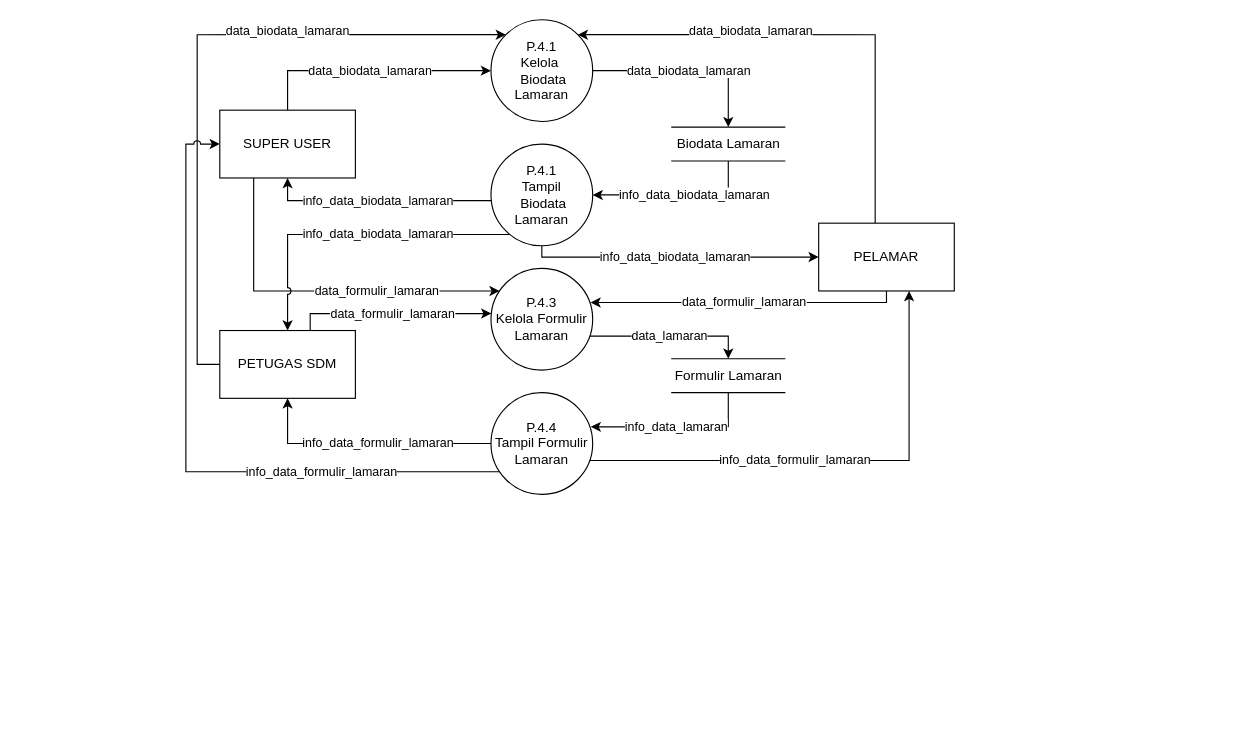
Above: page "DFD P.4" (6 of 7) of DFD v2.drawio in keys2505/tugas-akhir (draw.io), before the change. Source tidied: cells renumbered, new cells numbered last; positions are measured from the earlier drawing's top-left corner, leaving out a move shared by most shapes. Both pictures are drawn from the tidied source at 113%, with x=0, y=0 at pixel (185, 19).
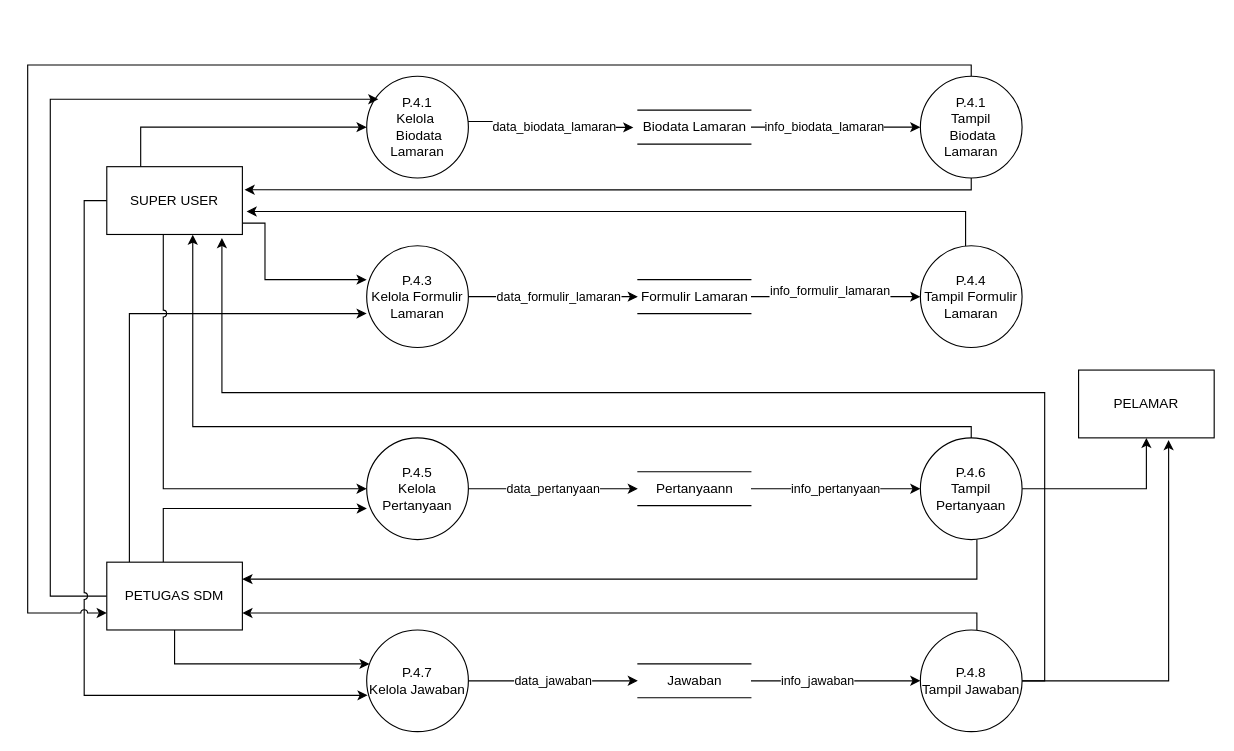
The same page after the edit.

Diff of the diagram source:
```diff
@@
-    <mxCell id="2" value="data_biodata_lamaran" style="edgeStyle=orthogonalEdgeStyle;rounded=0;jettySize=auto;html=1;entryX=0.5;entryY=0;entryDx=0;entryDy=0;" parent="1" edge="1" source="3" target="5">
-      <mxGeometry relative="1" as="geometry">
+    <mxCell id="2" value="data_biodata_lamaran" style="edgeStyle=orthogonalEdgeStyle;rounded=0;jettySize=auto;html=1;entryX=-0.04;entryY=0.508;entryDx=0;entryDy=0;entryPerimeter=0;" parent="1" edge="1" source="3" target="5">
+      <mxGeometry x="0.07" relative="1" as="geometry">
         <Array as="points">
-          <mxPoint x="480" y="45" />
+          <mxPoint x="320" y="90" />
+          <mxPoint x="320" y="95" />
         </Array>
       </mxGeometry>
     </mxCell>
     <mxCell id="3" value="&lt;div&gt;P.4.1&lt;/div&gt;&lt;div&gt;Kelola&amp;nbsp;&lt;/div&gt;&lt;div&gt;&amp;nbsp;Biodata Lamaran&lt;br&gt;&lt;/div&gt;" style="ellipse;whiteSpace=wrap;html=1;" parent="1" vertex="1">
-      <mxGeometry x="270" width="90" height="90" as="geometry" />
+      <mxGeometry x="160" y="50" width="90" height="90" as="geometry" />
     </mxCell>
-    <mxCell id="4" value="info_data_biodata_lamaran" style="edgeStyle=orthogonalEdgeStyle;rounded=0;jettySize=auto;html=1;entryX=1;entryY=0.5;entryDx=0;entryDy=0;" parent="1" edge="1" source="5" target="20">
-      <mxGeometry x="-0.2" relative="1" as="geometry">
-        <Array as="points">
-          <mxPoint x="480" y="155" />
-        </Array>
+    <mxCell id="4" value="info_biodata_lamaran" style="edgeStyle=orthogonalEdgeStyle;rounded=0;jettySize=auto;html=1;" parent="1" edge="1" source="5" target="20">
+      <mxGeometry x="-0.12" relative="1" as="geometry">
+        <mxPoint x="-1" as="offset" />
       </mxGeometry>
     </mxCell>
     <mxCell id="5" value="Biodata Lamaran" style="html=1;dashed=0;whitespace=wrap;shape=partialRectangle;right=0;left=0;" parent="1" vertex="1">
-      <mxGeometry x="430" y="95" width="100" height="30" as="geometry" />
+      <mxGeometry x="400" y="80" width="100" height="30" as="geometry" />
     </mxCell>
+    <mxCell id="7" style="edgeStyle=orthogonalEdgeStyle;rounded=0;jettySize=auto;html=1;entryX=0;entryY=0.667;entryDx=0;entryDy=0;jumpStyle=arc;entryPerimeter=0;" parent="1" edge="1" source="8" target="16">
+      <mxGeometry relative="1" as="geometry">
+        <Array as="points">
+          <mxPoint x="-50" y="260" />
+        </Array>
+      </mxGeometry>
+    </mxCell>
+    <mxCell id="27" style="edgeStyle=orthogonalEdgeStyle;rounded=0;jettySize=auto;html=1;" parent="1" edge="1" source="8" target="38">
+      <mxGeometry relative="1" as="geometry">
+        <Array as="points">
+          <mxPoint x="-10" y="570" />
+        </Array>
+      </mxGeometry>
+    </mxCell>
-    <mxCell id="6" value="data_biodata_lamaran" style="edgeStyle=orthogonalEdgeStyle;rounded=0;jettySize=auto;html=1;entryX=0;entryY=0;entryDx=0;entryDy=0;jumpStyle=none;" parent="1" edge="1" source="8" target="3">
-      <mxGeometry x="0.34" y="3" relative="1" as="geometry">
+    <mxCell id="6" style="edgeStyle=orthogonalEdgeStyle;rounded=0;jettySize=auto;html=1;entryX=0.115;entryY=0.226;entryDx=0;entryDy=0;entryPerimeter=0;jumpStyle=arc;" parent="1" edge="1" source="8" target="3">
+      <mxGeometry relative="1" as="geometry">
         <Array as="points">
-          <mxPoint x="10" y="305" />
-          <mxPoint x="10" y="13" />
+          <mxPoint x="-120" y="510" />
+          <mxPoint x="-120" y="70" />
         </Array>
       </mxGeometry>
     </mxCell>
-    <mxCell id="7" value="data_formulir_lamaran" style="edgeStyle=orthogonalEdgeStyle;rounded=0;jettySize=auto;html=1;" parent="1" edge="1" source="8" target="16">
-      <mxGeometry relative="1" as="geometry">
-        <Array as="points">
-          <mxPoint x="110" y="260" />
-        </Array>
-      </mxGeometry>
-    </mxCell>
+    <mxCell id="28" style="edgeStyle=orthogonalEdgeStyle;rounded=0;jettySize=auto;html=1;entryX=0.002;entryY=0.694;entryDx=0;entryDy=0;entryPerimeter=0;" parent="1" edge="1" source="8" target="36">
+      <mxGeometry relative="1" as="geometry">
+        <Array as="points">
+          <mxPoint x="-20" y="432" />
+        </Array>
+      </mxGeometry>
+    </mxCell>
     <mxCell id="8" value="PETUGAS SDM" style="rounded=0;whiteSpace=wrap;html=1;" parent="1" vertex="1">
-      <mxGeometry x="30" y="275" width="120" height="60" as="geometry" />
+      <mxGeometry x="-70" y="480" width="120" height="60" as="geometry" />
     </mxCell>
+    <mxCell id="10" style="edgeStyle=orthogonalEdgeStyle;rounded=0;jettySize=auto;html=1;entryX=0;entryY=0.333;entryDx=0;entryDy=0;entryPerimeter=0;" parent="1" edge="1" source="11" target="16">
+      <mxGeometry relative="1" as="geometry">
+        <Array as="points">
+          <mxPoint x="70" y="180" />
+          <mxPoint x="70" y="230" />
+        </Array>
+      </mxGeometry>
+    </mxCell>
+    <mxCell id="29" style="edgeStyle=orthogonalEdgeStyle;rounded=0;jettySize=auto;html=1;entryX=0;entryY=0.5;entryDx=0;entryDy=0;jumpStyle=arc;" parent="1" edge="1" source="11" target="36">
+      <mxGeometry relative="1" as="geometry">
+        <Array as="points">
+          <mxPoint x="-20" y="415" />
+        </Array>
+      </mxGeometry>
+    </mxCell>
-    <mxCell id="9" value="data_biodata_lamaran" style="edgeStyle=orthogonalEdgeStyle;rounded=0;jettySize=auto;html=1;" parent="1" edge="1" source="11" target="3">
+    <mxCell id="9" style="edgeStyle=orthogonalEdgeStyle;rounded=0;jettySize=auto;html=1;entryX=0;entryY=0.5;entryDx=0;entryDy=0;" parent="1" edge="1" source="11" target="3">
       <mxGeometry relative="1" as="geometry">
         <Array as="points">
-          <mxPoint x="90" y="45" />
+          <mxPoint x="-40" y="95" />
         </Array>
       </mxGeometry>
     </mxCell>
-    <mxCell id="10" value="data_formulir_lamaran" style="edgeStyle=orthogonalEdgeStyle;rounded=0;jettySize=auto;html=1;jumpStyle=none;" parent="1" edge="1" source="11" target="16">
-      <mxGeometry x="0.32" relative="1" as="geometry">
-        <Array as="points">
-          <mxPoint x="60" y="240" />
-        </Array>
-        <mxPoint x="-1" as="offset" />
-      </mxGeometry>
-    </mxCell>
+    <mxCell id="30" style="edgeStyle=orthogonalEdgeStyle;rounded=0;jettySize=auto;html=1;entryX=0.009;entryY=0.643;entryDx=0;entryDy=0;entryPerimeter=0;jumpStyle=arc;" parent="1" edge="1" source="11" target="38">
+      <mxGeometry relative="1" as="geometry">
+        <Array as="points">
+          <mxPoint x="-90" y="160" />
+          <mxPoint x="-90" y="598" />
+        </Array>
+      </mxGeometry>
+    </mxCell>
     <mxCell id="11" value="SUPER USER" style="rounded=0;whiteSpace=wrap;html=1;" parent="1" vertex="1">
-      <mxGeometry x="30" y="80" width="120" height="60" as="geometry" />
+      <mxGeometry x="-70" y="130" width="120" height="60" as="geometry" />
     </mxCell>
-    <mxCell id="12" value="data_biodata_lamaran" style="edgeStyle=orthogonalEdgeStyle;rounded=0;jettySize=auto;html=1;entryX=1;entryY=0;entryDx=0;entryDy=0;" parent="1" edge="1" source="14" target="3">
-      <mxGeometry x="0.29" y="-3" relative="1" as="geometry">
-        <Array as="points">
-          <mxPoint x="610" y="13" />
-        </Array>
-      </mxGeometry>
-    </mxCell>
-    <mxCell id="13" value="data_formulir_lamaran" style="edgeStyle=orthogonalEdgeStyle;rounded=0;jettySize=auto;html=1;entryX=0.979;entryY=0.335;entryDx=0;entryDy=0;entryPerimeter=0;" parent="1" edge="1" source="14" target="16">
-      <mxGeometry relative="1" as="geometry">
-        <Array as="points">
-          <mxPoint x="620" y="250" />
-        </Array>
-      </mxGeometry>
-    </mxCell>
     <mxCell id="14" value="PELAMAR" style="rounded=0;whiteSpace=wrap;html=1;" parent="1" vertex="1">
-      <mxGeometry x="560" y="180" width="120" height="60" as="geometry" />
+      <mxGeometry x="790" y="310" width="120" height="60" as="geometry" />
     </mxCell>
-    <mxCell id="15" value="data_lamaran" style="edgeStyle=orthogonalEdgeStyle;rounded=0;jettySize=auto;html=1;entryX=0.5;entryY=0;entryDx=0;entryDy=0;" parent="1" edge="1" source="16" target="26">
-      <mxGeometry relative="1" as="geometry">
+    <mxCell id="15" value="data_formulir_lamaran" style="edgeStyle=orthogonalEdgeStyle;rounded=0;jettySize=auto;html=1;entryX=0;entryY=0.5;entryDx=0;entryDy=0;" parent="1" edge="1" source="16" target="26">
+      <mxGeometry x="0.07" relative="1" as="geometry">
         <Array as="points">
-          <mxPoint x="480" y="280" />
+          <mxPoint x="290" y="245" />
+          <mxPoint x="290" y="245" />
         </Array>
       </mxGeometry>
     </mxCell>
     <mxCell id="16" value="&lt;div&gt;P.4.3&lt;/div&gt;&lt;div&gt;Kelola Formulir Lamaran&lt;/div&gt;" style="ellipse;whiteSpace=wrap;html=1;" parent="1" vertex="1">
-      <mxGeometry x="270" y="220" width="90" height="90" as="geometry" />
+      <mxGeometry x="160" y="200" width="90" height="90" as="geometry" />
     </mxCell>
-    <mxCell id="17" value="info_data_biodata_lamaran" style="edgeStyle=orthogonalEdgeStyle;rounded=0;jettySize=auto;html=1;entryX=0.5;entryY=1;entryDx=0;entryDy=0;" parent="1" edge="1" source="20" target="11">
+    <mxCell id="17" style="edgeStyle=orthogonalEdgeStyle;rounded=0;jettySize=auto;html=1;entryX=1.016;entryY=0.341;entryDx=0;entryDy=0;entryPerimeter=0;" parent="1" edge="1" source="20" target="11">
       <mxGeometry relative="1" as="geometry">
         <Array as="points">
-          <mxPoint x="90" y="160" />
+          <mxPoint x="695" y="151" />
         </Array>
       </mxGeometry>
     </mxCell>
-    <mxCell id="18" value="info_data_biodata_lamaran" style="edgeStyle=orthogonalEdgeStyle;rounded=0;jettySize=auto;html=1;jumpStyle=arc;" parent="1" edge="1" source="20" target="8">
-      <mxGeometry x="-0.17" relative="1" as="geometry">
+    <mxCell id="18" style="edgeStyle=orthogonalEdgeStyle;rounded=0;jettySize=auto;html=1;entryX=0;entryY=0.75;entryDx=0;entryDy=0;jumpStyle=arc;" parent="1" edge="1" source="20" target="8">
+      <mxGeometry relative="1" as="geometry">
         <Array as="points">
-          <mxPoint x="90" y="190" />
+          <mxPoint x="695" y="40" />
+          <mxPoint x="-140" y="40" />
+          <mxPoint x="-140" y="525" />
         </Array>
       </mxGeometry>
     </mxCell>
-    <mxCell id="19" value="info_data_biodata_lamaran" style="edgeStyle=orthogonalEdgeStyle;rounded=0;jettySize=auto;html=1;entryX=0;entryY=0.5;entryDx=0;entryDy=0;" parent="1" edge="1" source="20" target="14">
-      <mxGeometry relative="1" as="geometry">
-        <Array as="points">
-          <mxPoint x="315" y="210" />
-        </Array>
-      </mxGeometry>
-    </mxCell>
     <mxCell id="20" value="&lt;div&gt;P.4.1&lt;/div&gt;&lt;div&gt;Tampil&lt;/div&gt;&lt;div&gt;&amp;nbsp;Biodata Lamaran&lt;br&gt;&lt;/div&gt;" style="ellipse;whiteSpace=wrap;html=1;" parent="1" vertex="1">
-      <mxGeometry x="270" y="110" width="90" height="90" as="geometry" />
+      <mxGeometry x="650" y="50" width="90" height="90" as="geometry" />
     </mxCell>
-    <mxCell id="21" value="info_data_formulir_lamaran" style="edgeStyle=orthogonalEdgeStyle;rounded=0;jettySize=auto;html=1;entryX=0.5;entryY=1;entryDx=0;entryDy=0;" parent="1" edge="1" source="24" target="8">
-      <mxGeometry x="-0.09" relative="1" as="geometry" />
-    </mxCell>
-    <mxCell id="22" value="info_data_formulir_lamaran" style="edgeStyle=orthogonalEdgeStyle;rounded=0;jettySize=auto;html=1;jumpStyle=arc;" parent="1" edge="1" source="24" target="11">
-      <mxGeometry x="-0.47" relative="1" as="geometry">
+    <mxCell id="22" style="edgeStyle=orthogonalEdgeStyle;rounded=0;jettySize=auto;html=1;entryX=1.031;entryY=0.662;entryDx=0;entryDy=0;entryPerimeter=0;" parent="1" edge="1" source="24" target="11">
+      <mxGeometry relative="1" as="geometry">
         <Array as="points">
-          <mxPoint y="400" />
-          <mxPoint y="110" />
+          <mxPoint x="690" y="170" />
         </Array>
       </mxGeometry>
     </mxCell>
-    <mxCell id="23" value="info_data_formulir_lamaran" style="edgeStyle=orthogonalEdgeStyle;rounded=0;jettySize=auto;html=1;" parent="1" edge="1" source="24" target="14">
-      <mxGeometry x="-0.16" relative="1" as="geometry">
-        <Array as="points">
-          <mxPoint x="640" y="390" />
-        </Array>
-      </mxGeometry>
-    </mxCell>
     <mxCell id="24" value="&lt;div&gt;P.4.4&lt;/div&gt;&lt;div&gt;Tampil Formulir Lamaran&lt;/div&gt;" style="ellipse;whiteSpace=wrap;html=1;" parent="1" vertex="1">
-      <mxGeometry x="270" y="330" width="90" height="90" as="geometry" />
+      <mxGeometry x="650" y="200" width="90" height="90" as="geometry" />
     </mxCell>
-    <mxCell id="25" value="info_data_lamaran" style="edgeStyle=orthogonalEdgeStyle;rounded=0;jettySize=auto;html=1;entryX=0.981;entryY=0.336;entryDx=0;entryDy=0;entryPerimeter=0;" parent="1" edge="1" source="26" target="24">
-      <mxGeometry relative="1" as="geometry">
-        <Array as="points">
-          <mxPoint x="480" y="360" />
-          <mxPoint x="358" y="360" />
-        </Array>
-      </mxGeometry>
+    <mxCell id="25" value="info_formulir_lamaran" style="edgeStyle=orthogonalEdgeStyle;rounded=0;jettySize=auto;html=1;" parent="1" edge="1" source="26" target="24">
+      <mxGeometry x="-0.07" y="5" relative="1" as="geometry" />
     </mxCell>
     <mxCell id="26" value="Formulir Lamaran" style="html=1;dashed=0;whitespace=wrap;shape=partialRectangle;right=0;left=0;" parent="1" vertex="1">
-      <mxGeometry x="430" y="300" width="100" height="30" as="geometry" />
+      <mxGeometry x="400" y="230" width="100" height="30" as="geometry" />
     </mxCell>
+    <mxCell id="31" style="edgeStyle=orthogonalEdgeStyle;rounded=0;jettySize=auto;html=1;entryX=1;entryY=0.25;entryDx=0;entryDy=0;" parent="1" edge="1" source="34" target="8">
+      <mxGeometry relative="1" as="geometry">
+        <Array as="points">
+          <mxPoint x="700" y="495" />
+        </Array>
+      </mxGeometry>
+    </mxCell>
+    <mxCell id="32" style="edgeStyle=orthogonalEdgeStyle;rounded=0;jettySize=auto;html=1;entryX=0.634;entryY=1.003;entryDx=0;entryDy=0;entryPerimeter=0;" parent="1" edge="1" source="34" target="11">
+      <mxGeometry relative="1" as="geometry">
+        <Array as="points">
+          <mxPoint x="695" y="360" />
+          <mxPoint x="6" y="360" />
+        </Array>
+      </mxGeometry>
+    </mxCell>
+    <mxCell id="33" style="edgeStyle=orthogonalEdgeStyle;rounded=0;jettySize=auto;html=1;entryX=0.5;entryY=1;entryDx=0;entryDy=0;" parent="1" edge="1" source="34" target="14">
+      <mxGeometry relative="1" as="geometry" />
+    </mxCell>
+    <mxCell id="34" value="&lt;div&gt;P.4.6&lt;/div&gt;&lt;div&gt;Tampil Pertanyaan&lt;/div&gt;" style="ellipse;whiteSpace=wrap;html=1;" parent="1" vertex="1">
+      <mxGeometry x="650" y="370" width="90" height="90" as="geometry" />
+    </mxCell>
+    <mxCell id="35" value="data_pertanyaan" style="edgeStyle=orthogonalEdgeStyle;rounded=0;jettySize=auto;html=1;entryX=0;entryY=0.5;entryDx=0;entryDy=0;" parent="1" edge="1" source="36" target="44">
+      <mxGeometry relative="1" as="geometry">
+        <Array as="points">
+          <mxPoint x="290" y="415" />
+          <mxPoint x="290" y="415" />
+        </Array>
+      </mxGeometry>
+    </mxCell>
+    <mxCell id="36" value="&lt;div&gt;P.4.5&lt;/div&gt;&lt;div&gt;Kelola Pertanyaan&lt;/div&gt;" style="ellipse;whiteSpace=wrap;html=1;" parent="1" vertex="1">
+      <mxGeometry x="160" y="370" width="90" height="90" as="geometry" />
+    </mxCell>
+    <mxCell id="37" value="data_jawaban" style="edgeStyle=orthogonalEdgeStyle;rounded=0;jettySize=auto;html=1;entryX=0;entryY=0.5;entryDx=0;entryDy=0;" parent="1" edge="1" source="38" target="46">
+      <mxGeometry relative="1" as="geometry">
+        <Array as="points">
+          <mxPoint x="310" y="585" />
+          <mxPoint x="310" y="585" />
+        </Array>
+      </mxGeometry>
+    </mxCell>
+    <mxCell id="38" value="&lt;div&gt;P.4.7&lt;/div&gt;&lt;div&gt;Kelola Jawaban&lt;/div&gt;" style="ellipse;whiteSpace=wrap;html=1;" parent="1" vertex="1">
+      <mxGeometry x="160" y="540" width="90" height="90" as="geometry" />
+    </mxCell>
+    <mxCell id="39" style="edgeStyle=orthogonalEdgeStyle;rounded=0;jettySize=auto;html=1;entryX=1;entryY=0.75;entryDx=0;entryDy=0;" parent="1" edge="1" source="42" target="8">
+      <mxGeometry relative="1" as="geometry">
+        <Array as="points">
+          <mxPoint x="700" y="525" />
+        </Array>
+      </mxGeometry>
+    </mxCell>
+    <mxCell id="40" style="edgeStyle=orthogonalEdgeStyle;rounded=0;jettySize=auto;html=1;entryX=0.849;entryY=1.053;entryDx=0;entryDy=0;entryPerimeter=0;" parent="1" edge="1" source="42" target="11">
+      <mxGeometry relative="1" as="geometry">
+        <Array as="points">
+          <mxPoint x="760" y="585" />
+          <mxPoint x="760" y="330" />
+          <mxPoint x="32" y="330" />
+        </Array>
+      </mxGeometry>
+    </mxCell>
+    <mxCell id="41" style="edgeStyle=orthogonalEdgeStyle;rounded=0;jettySize=auto;html=1;entryX=0.664;entryY=1.033;entryDx=0;entryDy=0;entryPerimeter=0;" parent="1" edge="1" source="42" target="14">
+      <mxGeometry relative="1" as="geometry" />
+    </mxCell>
+    <mxCell id="42" value="&lt;div&gt;P.4.8&lt;/div&gt;&lt;div&gt;Tampil Jawaban&lt;/div&gt;" style="ellipse;whiteSpace=wrap;html=1;" parent="1" vertex="1">
+      <mxGeometry x="650" y="540" width="90" height="90" as="geometry" />
+    </mxCell>
+    <mxCell id="43" value="info_pertanyaan" style="edgeStyle=orthogonalEdgeStyle;rounded=0;jettySize=auto;html=1;" parent="1" edge="1" source="44" target="34">
+      <mxGeometry relative="1" as="geometry" />
+    </mxCell>
+    <mxCell id="44" value="Pertanyaann" style="html=1;dashed=0;whitespace=wrap;shape=partialRectangle;right=0;left=0;" parent="1" vertex="1">
+      <mxGeometry x="400" y="400" width="100" height="30" as="geometry" />
+    </mxCell>
+    <mxCell id="45" value="info_jawaban" style="edgeStyle=orthogonalEdgeStyle;rounded=0;jettySize=auto;html=1;entryX=0;entryY=0.5;entryDx=0;entryDy=0;" parent="1" edge="1" source="46" target="42">
+      <mxGeometry x="-0.21" relative="1" as="geometry" />
+    </mxCell>
+    <mxCell id="46" value="Jawaban" style="html=1;dashed=0;whitespace=wrap;shape=partialRectangle;right=0;left=0;" parent="1" vertex="1">
+      <mxGeometry x="400" y="570" width="100" height="30" as="geometry" />
+    </mxCell>
```
